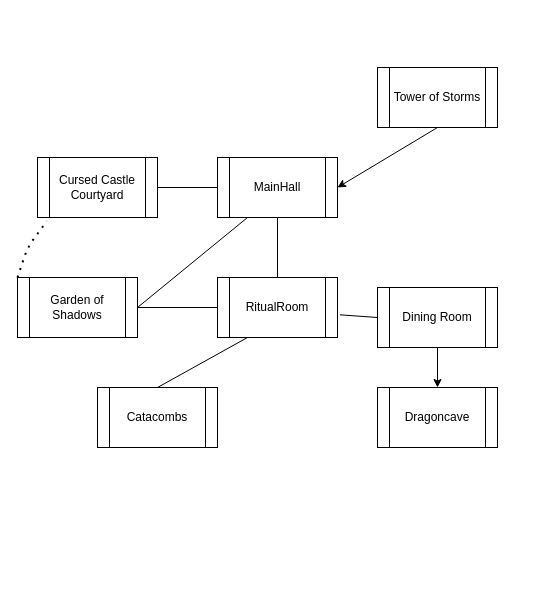
The draw.io diagram 01_OOP/03_Textadventure/RoomConfiguration.drawio in Milowiz/MyFirstCSharp, before the edit. Source tidied: cells renumbered, new cells numbered last; positions are measured from the earlier drawing's top-left corner, leaving out a move shared by most shapes. Both pictures are drawn from the tidied source at 100%, with x=0, y=0 at pixel (17, 67).
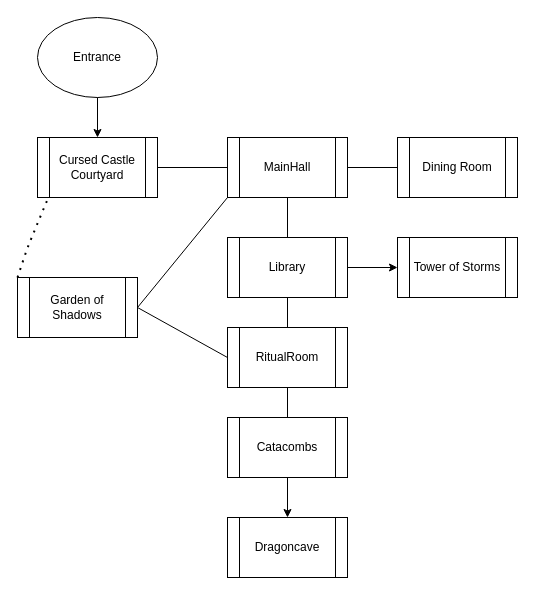
The same page after the edit.

Commit message (it also covers changes not shown here):
Layout authorized by Author Phli

The change refers to these unchanged cells:
```xml
<mxCell id="4" value="Garden of Shadows" style="shape=process;whiteSpace=wrap;html=1;backgroundOutline=1;" parent="1" vertex="1">
  <mxGeometry y="210" width="120" height="60" as="geometry" />
</mxCell>
```

Change to the diagram source:
```diff
@@
     <mxCell id="2" value="MainHall" style="shape=process;whiteSpace=wrap;html=1;backgroundOutline=1;" parent="1" vertex="1">
-      <mxGeometry x="200" y="90" width="120" height="60" as="geometry" />
+      <mxGeometry x="210" y="70" width="120" height="60" as="geometry" />
     </mxCell>
     <mxCell id="3" value="Catacombs" style="shape=process;whiteSpace=wrap;html=1;backgroundOutline=1;" parent="1" vertex="1">
-      <mxGeometry x="80" y="320" width="120" height="60" as="geometry" />
+      <mxGeometry x="210" y="350" width="120" height="60" as="geometry" />
     </mxCell>
@@
     <mxCell id="5" value="Tower of Storms" style="shape=process;whiteSpace=wrap;html=1;backgroundOutline=1;" parent="1" vertex="1">
-      <mxGeometry x="360" width="120" height="60" as="geometry" />
+      <mxGeometry x="380" y="170" width="120" height="60" as="geometry" />
     </mxCell>
     <mxCell id="6" value="Dining Room" style="shape=process;whiteSpace=wrap;html=1;backgroundOutline=1;" parent="1" vertex="1">
-      <mxGeometry x="360" y="220" width="120" height="60" as="geometry" />
+      <mxGeometry x="380" y="70" width="120" height="60" as="geometry" />
     </mxCell>
     <mxCell id="7" value="Dragoncave" style="shape=process;whiteSpace=wrap;html=1;backgroundOutline=1;" parent="1" vertex="1">
-      <mxGeometry x="360" y="320" width="120" height="60" as="geometry" />
+      <mxGeometry x="210" y="450" width="120" height="60" as="geometry" />
     </mxCell>
     <mxCell id="8" value="RitualRoom" style="shape=process;whiteSpace=wrap;html=1;backgroundOutline=1;" parent="1" vertex="1">
-      <mxGeometry x="200" y="210" width="120" height="60" as="geometry" />
+      <mxGeometry x="210" y="260" width="120" height="60" as="geometry" />
     </mxCell>
     <mxCell id="9" value="Cursed Castle Courtyard" style="shape=process;whiteSpace=wrap;html=1;backgroundOutline=1;" parent="1" vertex="1">
-      <mxGeometry x="20" y="90" width="120" height="60" as="geometry" />
+      <mxGeometry x="20" y="70" width="120" height="60" as="geometry" />
     </mxCell>
@@
-    <mxCell id="11" style="endArrow=classic;html=1;exitX=0.5;exitY=1;exitDx=0;exitDy=0;entryX=1;entryY=0.5;entryDx=0;entryDy=0;" parent="1" edge="1" source="5" target="2">
+    <mxCell id="11" style="endArrow=classic;html=1;exitX=1;exitY=0.5;exitDx=0;exitDy=0;" parent="1" edge="1" source="19" target="5">
       <mxGeometry relative="1" as="geometry" />
     </mxCell>
@@
-    <mxCell id="13" style="endArrow=none;html=1;entryX=0;entryY=0.5;entryDx=0;entryDy=0;exitX=1.02;exitY=0.622;exitDx=0;exitDy=0;exitPerimeter=0;" parent="1" edge="1" source="8" target="6">
+    <mxCell id="13" style="endArrow=none;html=1;entryX=0;entryY=0.5;entryDx=0;entryDy=0;exitX=1;exitY=0.5;exitDx=0;exitDy=0;" parent="1" edge="1" source="2" target="6">
       <mxGeometry relative="1" as="geometry" />
     </mxCell>
-    <mxCell id="14" style="endArrow=none;html=1;exitX=0.5;exitY=0;exitDx=0;exitDy=0;entryX=0.25;entryY=1;entryDx=0;entryDy=0;" parent="1" edge="1" source="3" target="8">
+    <mxCell id="14" style="endArrow=none;html=1;exitX=0.5;exitY=0;exitDx=0;exitDy=0;entryX=0.5;entryY=1;entryDx=0;entryDy=0;" parent="1" edge="1" source="3" target="8">
       <mxGeometry relative="1" as="geometry" />
     </mxCell>
@@
-    <mxCell id="16" style="endArrow=classic;html=1;exitX=0.5;exitY=1;exitDx=0;exitDy=0;entryX=0.5;entryY=0;entryDx=0;entryDy=0;" parent="1" edge="1" source="6" target="7">
+    <mxCell id="16" style="endArrow=classic;html=1;exitX=0.5;exitY=1;exitDx=0;exitDy=0;entryX=0.5;entryY=0;entryDx=0;entryDy=0;" parent="1" edge="1" source="3" target="7">
       <mxGeometry relative="1" as="geometry" />
     </mxCell>
-    <mxCell id="17" style="endArrow=none;html=1;entryX=0.5;entryY=1;entryDx=0;entryDy=0;exitX=0.5;exitY=0;exitDx=0;exitDy=0;" parent="1" edge="1" source="8" target="2">
+    <mxCell id="17" style="endArrow=none;html=1;entryX=0.5;entryY=1;entryDx=0;entryDy=0;exitX=0.5;exitY=0;exitDx=0;exitDy=0;" parent="1" edge="1" source="19" target="2">
       <mxGeometry relative="1" as="geometry" />
     </mxCell>
-    <mxCell id="18" style="endArrow=none;html=1;exitX=1;exitY=0.5;exitDx=0;exitDy=0;entryX=0.25;entryY=1;entryDx=0;entryDy=0;" parent="1" edge="1" source="4" target="2">
+    <mxCell id="18" style="endArrow=none;html=1;exitX=1;exitY=0.5;exitDx=0;exitDy=0;entryX=0;entryY=1;entryDx=0;entryDy=0;" parent="1" edge="1" source="4" target="2">
       <mxGeometry relative="1" as="geometry" />
     </mxCell>
+    <mxCell id="19" value="Library" style="shape=process;whiteSpace=wrap;html=1;backgroundOutline=1;" parent="1" vertex="1">
+      <mxGeometry x="210" y="170" width="120" height="60" as="geometry" />
+    </mxCell>
+    <mxCell id="20" value="Entrance" style="ellipse;whiteSpace=wrap;html=1;" parent="1" vertex="1">
+      <mxGeometry x="20" y="-50" width="120" height="80" as="geometry" />
+    </mxCell>
+    <mxCell id="21" style="endArrow=classic;html=1;exitX=0.5;exitY=1;exitDx=0;exitDy=0;entryX=0.5;entryY=0;entryDx=0;entryDy=0;" parent="1" edge="1" source="20" target="9">
+      <mxGeometry relative="1" as="geometry" />
+    </mxCell>
+    <mxCell id="22" style="endArrow=none;html=1;entryX=0.5;entryY=1;entryDx=0;entryDy=0;exitX=0.5;exitY=0;exitDx=0;exitDy=0;" parent="1" edge="1" source="8" target="19">
+      <mxGeometry relative="1" as="geometry" />
+    </mxCell>
```
